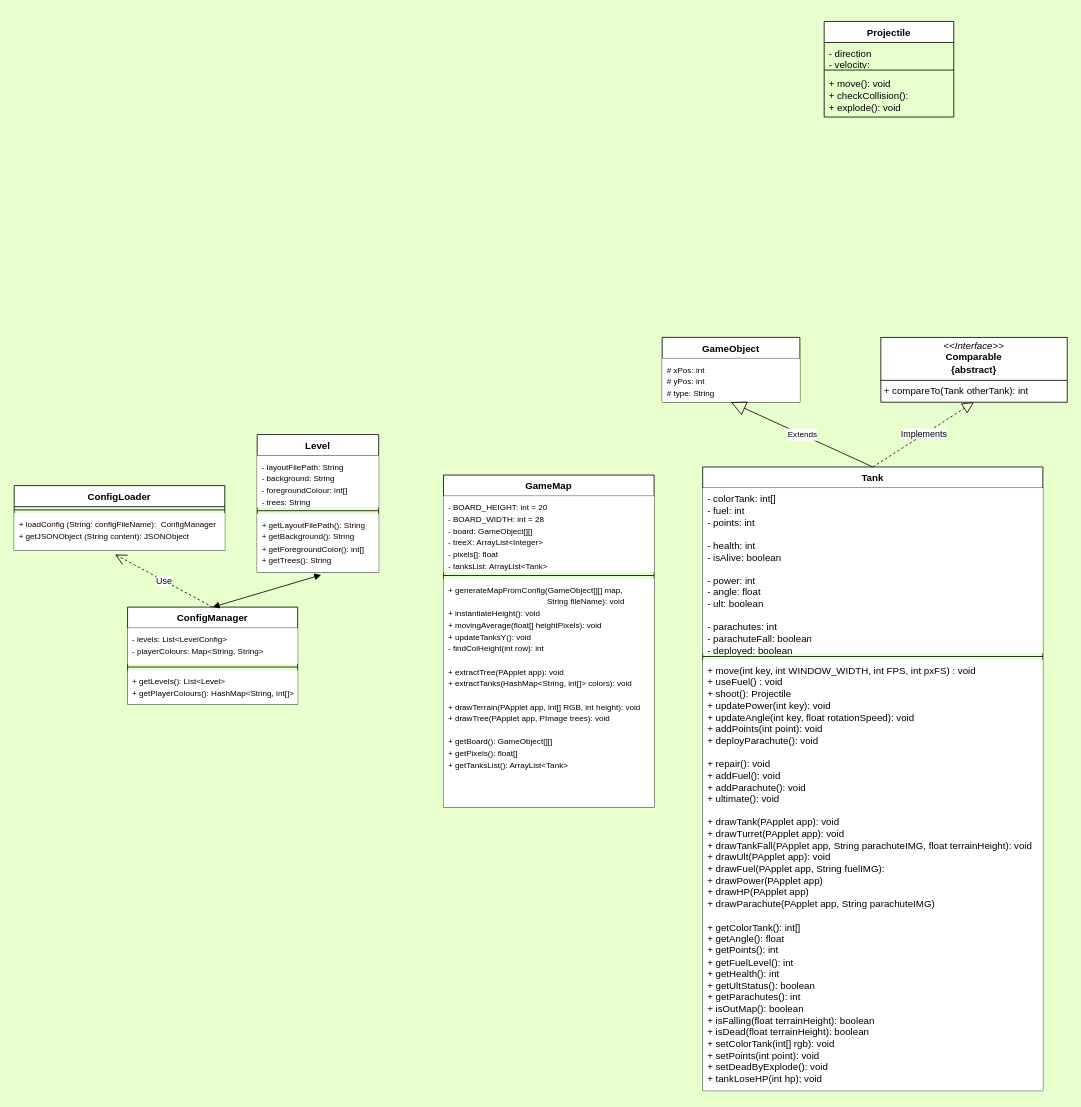
This is Tanks Layout.drawio from NguyenChHieu/Tanks, a draw.io file, before an edit. Source tidied: cells renumbered, new cells numbered last; positions are measured from the earlier drawing's top-left corner, leaving out a move shared by most shapes. Both pictures are drawn from the tidied source at 81%, with x=0, y=0 at pixel (14, 21).
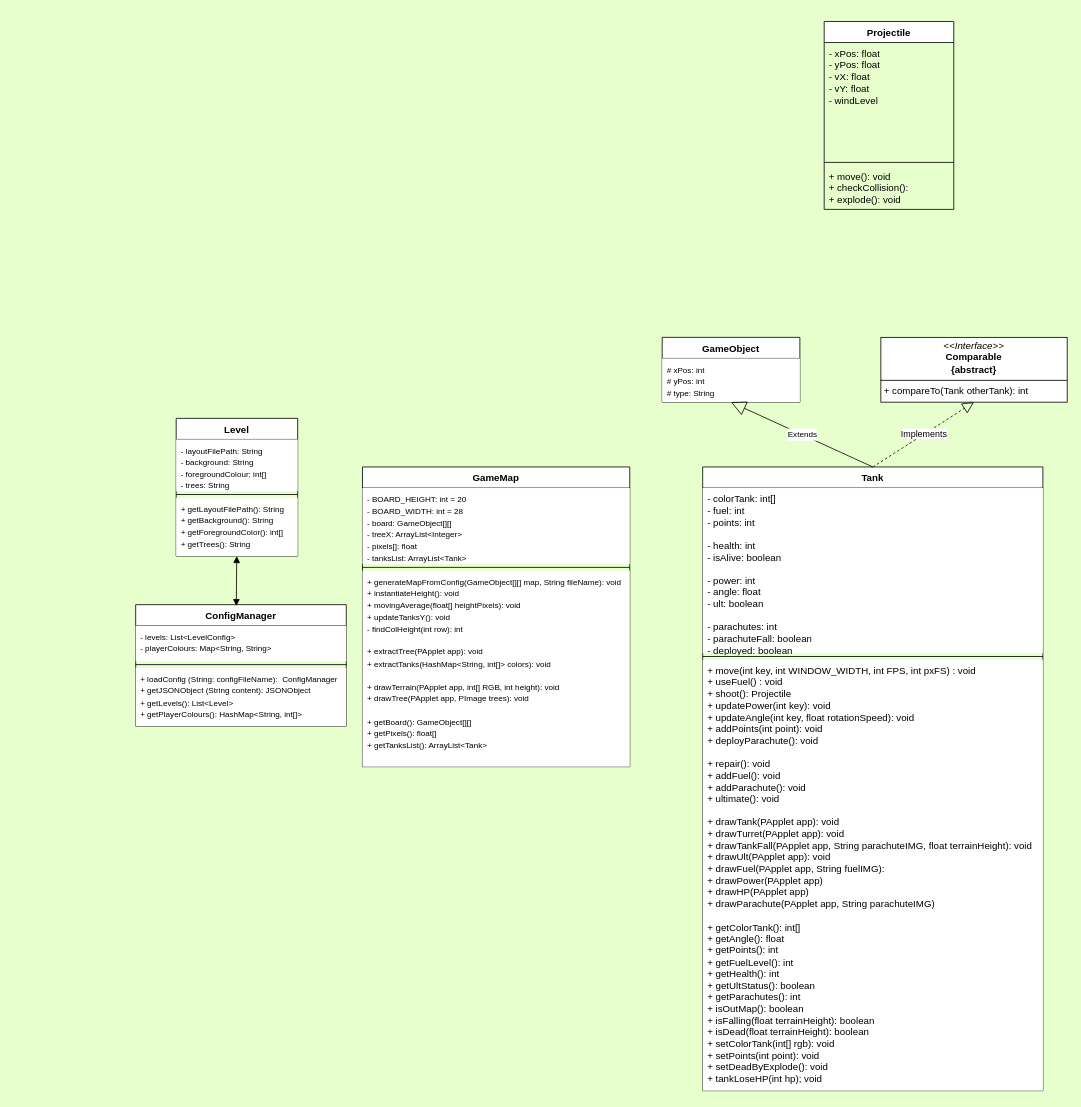
The same diagram, later.

The change refers to these unchanged cells:
```xml
<mxCell id="13" value="&lt;font size=&quot;1&quot;&gt;+ getLayoutFilePath(): String&lt;/font&gt;&lt;div&gt;&lt;font size=&quot;1&quot;&gt;+ getBackground(): String&lt;/font&gt;&lt;/div&gt;&lt;div&gt;&lt;font size=&quot;1&quot;&gt;+ getForegroundColor(): int[]&lt;/font&gt;&lt;/div&gt;&lt;div&gt;&lt;font size=&quot;1&quot;&gt;+ getTrees(): String&lt;/font&gt;&lt;/div&gt;" style="text;strokeColor=none;fillColor=default;align=left;verticalAlign=top;spacingLeft=4;spacingRight=4;overflow=hidden;points=[[0,0.5],[1,0.5]];portConstraint=eastwest;whiteSpace=wrap;html=1;" parent="10" vertex="1">
  <mxGeometry y="98" width="150" height="72" as="geometry" />
</mxCell>
```

What changed in the source:
```diff
@@
     <mxCell id="6" value="ConfigManager" style="swimlane;fontStyle=1;align=center;verticalAlign=top;horizontal=1;startSize=26;whiteSpace=wrap;html=1;" parent="1" vertex="1">
-      <mxGeometry x="140" y="723" width="210" height="120" as="geometry" />
+      <mxGeometry x="150" y="720" width="260" height="150" as="geometry" />
     </mxCell>
     <mxCell id="7" value="&lt;font style=&quot;font-size: 10px;&quot;&gt;- levels: List&amp;lt;LevelConfig&amp;gt;&lt;/font&gt;&lt;div&gt;&lt;font style=&quot;font-size: 10px;&quot;&gt;- playerColours: Map&amp;lt;String, String&amp;gt;&lt;/font&gt;&lt;/div&gt;" style="text;strokeColor=none;fillColor=default;align=left;verticalAlign=top;spacingLeft=4;spacingRight=4;overflow=hidden;whiteSpace=wrap;html=1;" parent="6" vertex="1">
-      <mxGeometry y="26" width="210" height="44" as="geometry" />
+      <mxGeometry y="26" width="260" height="44" as="geometry" />
     </mxCell>
     <mxCell id="8" style="line;strokeWidth=1;fillColor=none;align=left;verticalAlign=middle;spacingTop=-1;spacingLeft=3;spacingRight=3;labelPosition=right;strokeColor=inherit;" parent="6" vertex="1">
-      <mxGeometry y="70" width="210" height="8" as="geometry" />
+      <mxGeometry y="70" width="260" height="8" as="geometry" />
     </mxCell>
-    <mxCell id="9" value="&lt;font style=&quot;font-size: 10px;&quot;&gt;+ getLevels(): List&amp;lt;Level&amp;gt;&lt;/font&gt;&lt;div&gt;&lt;font style=&quot;font-size: 10px;&quot;&gt;+ getPlayerColours(): HashMap&amp;lt;String, int[]&amp;gt;&lt;/font&gt;&lt;/div&gt;" style="text;strokeColor=none;fillColor=default;align=left;verticalAlign=top;spacingLeft=4;spacingRight=4;overflow=hidden;whiteSpace=wrap;html=1;" parent="6" vertex="1">
-      <mxGeometry y="78" width="210" height="42" as="geometry" />
+    <mxCell id="9" value="&lt;font style=&quot;font-size: 10px;&quot;&gt;+ loadConfig (String: configFileName): &amp;nbsp;ConfigManager&lt;div style=&quot;font-size: 12px;&quot;&gt;&lt;font style=&quot;font-size: 10px;&quot;&gt;+ getJSONObject (String content): JSONObject&lt;/font&gt;&lt;/div&gt;+ getLevels(): List&amp;lt;Level&amp;gt;&lt;/font&gt;&lt;div&gt;&lt;font style=&quot;font-size: 10px;&quot;&gt;+ getPlayerColours(): HashMap&amp;lt;String, int[]&amp;gt;&lt;/font&gt;&lt;/div&gt;" style="text;strokeColor=none;fillColor=default;align=left;verticalAlign=top;spacingLeft=4;spacingRight=4;overflow=hidden;whiteSpace=wrap;html=1;" parent="6" vertex="1">
+      <mxGeometry y="78" width="260" height="72" as="geometry" />
     </mxCell>
     <mxCell id="10" value="Level" style="swimlane;fontStyle=1;align=center;verticalAlign=top;horizontal=1;startSize=26;whiteSpace=wrap;html=1;" parent="1" vertex="1">
-      <mxGeometry x="300" y="510" width="150" height="170" as="geometry" />
+      <mxGeometry x="200" y="490" width="150" height="170" as="geometry" />
     </mxCell>
@@
     <mxCell id="14" value="Projectile" style="swimlane;fontStyle=1;align=center;verticalAlign=top;horizontal=1;startSize=26;whiteSpace=wrap;html=1;" parent="1" vertex="1">
-      <mxGeometry x="1000" width="160" height="118" as="geometry" />
+      <mxGeometry x="1000" width="160" height="232" as="geometry" />
     </mxCell>
-    <mxCell id="15" value="&lt;div&gt;&lt;span style=&quot;background-color: initial;&quot;&gt;- direction&lt;/span&gt;&lt;/div&gt;&lt;div&gt;&lt;span style=&quot;background-color: initial;&quot;&gt;- velocity:&lt;/span&gt;&lt;br&gt;&lt;/div&gt;&lt;div&gt;&lt;br&gt;&lt;/div&gt;" style="text;strokeColor=none;fillColor=none;align=left;verticalAlign=top;spacingLeft=4;spacingRight=4;overflow=hidden;whiteSpace=wrap;html=1;" parent="14" vertex="1">
-      <mxGeometry y="26" width="160" height="30" as="geometry" />
+    <mxCell id="15" value="&lt;div&gt;- xPos: float&lt;/div&gt;&lt;div&gt;- yPos: float&lt;/div&gt;&lt;div&gt;- vX: float&lt;/div&gt;&lt;div&gt;- vY: float&lt;/div&gt;&lt;div&gt;- windLevel&lt;/div&gt;" style="text;strokeColor=none;fillColor=none;align=left;verticalAlign=top;spacingLeft=4;spacingRight=4;overflow=hidden;whiteSpace=wrap;html=1;" parent="14" vertex="1">
+      <mxGeometry y="26" width="160" height="144" as="geometry" />
     </mxCell>
     <mxCell id="16" style="line;strokeWidth=1;fillColor=none;align=left;verticalAlign=middle;spacingTop=-1;spacingLeft=3;spacingRight=3;labelPosition=right;strokeColor=inherit;" parent="14" vertex="1">
-      <mxGeometry y="56" width="160" height="8" as="geometry" />
+      <mxGeometry y="170" width="160" height="8" as="geometry" />
     </mxCell>
     <mxCell id="17" value="+ move(): void&lt;div&gt;+ checkCollision():&lt;/div&gt;&lt;div&gt;+ explode(): void&lt;/div&gt;" style="text;strokeColor=none;fillColor=none;align=left;verticalAlign=top;spacingLeft=4;spacingRight=4;overflow=hidden;whiteSpace=wrap;html=1;" parent="14" vertex="1">
-      <mxGeometry y="64" width="160" height="54" as="geometry" />
+      <mxGeometry y="178" width="160" height="54" as="geometry" />
     </mxCell>
     <mxCell id="18" value="GameMap" style="swimlane;fontStyle=1;align=center;verticalAlign=top;horizontal=1;startSize=26;whiteSpace=wrap;html=1;" parent="1" vertex="1">
-      <mxGeometry x="530" y="560" width="260" height="410" as="geometry" />
+      <mxGeometry x="430" y="550" width="330" height="370" as="geometry" />
     </mxCell>
     <mxCell id="19" value="&lt;div&gt;&lt;font style=&quot;font-size: 10px;&quot;&gt;- BOARD_HEIGHT: int = 20&lt;/font&gt;&lt;/div&gt;&lt;div&gt;&lt;font style=&quot;font-size: 10px;&quot;&gt;- BOARD_WIDTH: int = 28&lt;/font&gt;&lt;/div&gt;&lt;font style=&quot;font-size: 10px;&quot;&gt;- board: GameObject[][]&lt;/font&gt;&lt;div&gt;&lt;font style=&quot;font-size: 10px;&quot;&gt;- treeX: ArrayList&amp;lt;Integer&amp;gt;&lt;/font&gt;&lt;/div&gt;&lt;div&gt;&lt;font style=&quot;font-size: 10px;&quot;&gt;- pixels[]: float&lt;/font&gt;&lt;/div&gt;&lt;div&gt;&lt;font style=&quot;font-size: 10px;&quot;&gt;- tanksList: ArrayList&amp;lt;Tank&amp;gt;&lt;/font&gt;&lt;/div&gt;" style="text;strokeColor=none;fillColor=default;align=left;verticalAlign=top;spacingLeft=4;spacingRight=4;overflow=hidden;whiteSpace=wrap;html=1;" parent="18" vertex="1">
-      <mxGeometry y="26" width="260" height="94" as="geometry" />
+      <mxGeometry y="26" width="330" height="94" as="geometry" />
     </mxCell>
     <mxCell id="20" style="line;strokeWidth=1;fillColor=none;align=left;verticalAlign=middle;spacingTop=-1;spacingLeft=3;spacingRight=3;labelPosition=right;strokeColor=inherit;" parent="18" vertex="1">
-      <mxGeometry y="120" width="260" height="8" as="geometry" />
+      <mxGeometry y="120" width="330" height="8" as="geometry" />
     </mxCell>
-    <mxCell id="21" value="&lt;font style=&quot;font-size: 10px;&quot;&gt;+ generateMapFromConfig&lt;/font&gt;&lt;span style=&quot;font-size: 10px; background-color: initial;&quot;&gt;(GameObject[][] map,&amp;nbsp;&lt;/span&gt;&lt;div&gt;&lt;span style=&quot;font-size: 10px; background-color: initial;&quot;&gt;&lt;span style=&quot;white-space: pre;&quot;&gt;&#9;&lt;span style=&quot;white-space: pre;&quot;&gt;&#9;&lt;span style=&quot;white-space: pre;&quot;&gt;&#9;&lt;span style=&quot;white-space: pre;&quot;&gt;&#9;&lt;span style=&quot;white-space: pre;&quot;&gt;&#9;    &lt;/span&gt;&lt;/span&gt;&lt;/span&gt;&lt;/span&gt;&lt;/span&gt;String fileName): void&lt;/span&gt;&lt;/div&gt;&lt;div&gt;&lt;font size=&quot;1&quot;&gt;+ instantiateHeight(): void&lt;br&gt;&lt;/font&gt;&lt;div&gt;&lt;div&gt;&lt;font style=&quot;font-size: 10px;&quot;&gt;+ movingAverage(float[] heightPixels): void&lt;/font&gt;&lt;div&gt;&lt;span style=&quot;font-size: x-small;&quot;&gt;+ updateTanksY(): void&lt;/span&gt;&lt;br&gt;&lt;/div&gt;&lt;/div&gt;&lt;/div&gt;&lt;div&gt;&lt;div&gt;&lt;span style=&quot;font-size: x-small;&quot;&gt;- findColHeight(int row): int&lt;/span&gt;&lt;/div&gt;&lt;/div&gt;&lt;div&gt;&lt;br&gt;&lt;/div&gt;&lt;div&gt;&lt;font style=&quot;font-size: 10px;&quot;&gt;+ extractTree(PApplet app): void&lt;/font&gt;&lt;/div&gt;&lt;/div&gt;&lt;div&gt;&lt;font style=&quot;font-size: 10px;&quot;&gt;+ extractTanks(HashMap&amp;lt;String, int[]&amp;gt; colors): void&lt;/font&gt;&lt;/div&gt;&lt;div&gt;&lt;font style=&quot;font-size: 10px;&quot;&gt;&lt;br&gt;&lt;/font&gt;&lt;/div&gt;&lt;div&gt;&lt;font style=&quot;font-size: 10px;&quot;&gt;+ drawTerrain(PApplet app, int[] RGB, int height): void&lt;/font&gt;&lt;/div&gt;&lt;div&gt;&lt;font style=&quot;font-size: 10px;&quot;&gt;+ drawTree(PApplet app, PImage trees): void&lt;/font&gt;&lt;/div&gt;&lt;div&gt;&lt;font style=&quot;font-size: 10px;&quot;&gt;&lt;br&gt;&lt;/font&gt;&lt;/div&gt;&lt;div&gt;&lt;font style=&quot;font-size: 10px;&quot;&gt;+ getBoard(): GameObject[][]&lt;/font&gt;&lt;/div&gt;&lt;div&gt;&lt;font style=&quot;font-size: 10px;&quot;&gt;+ getPixels(): float[]&lt;/font&gt;&lt;/div&gt;&lt;div&gt;&lt;font style=&quot;font-size: 10px;&quot;&gt;+ getTanksList(): ArrayList&amp;lt;Tank&amp;gt;&lt;/font&gt;&lt;/div&gt;" style="text;strokeColor=none;fillColor=default;align=left;verticalAlign=top;spacingLeft=4;spacingRight=4;overflow=hidden;whiteSpace=wrap;html=1;" parent="18" vertex="1">
-      <mxGeometry y="128" width="260" height="282" as="geometry" />
+    <mxCell id="21" value="&lt;font style=&quot;font-size: 10px;&quot;&gt;+ generateMapFromConfig&lt;/font&gt;&lt;span style=&quot;font-size: 10px; background-color: initial;&quot;&gt;(GameObject[][] map,&amp;nbsp;&lt;/span&gt;&lt;span style=&quot;background-color: initial; font-size: 10px;&quot;&gt;String fileName): void&lt;/span&gt;&lt;div&gt;&lt;font size=&quot;1&quot;&gt;+ instantiateHeight(): void&lt;br&gt;&lt;/font&gt;&lt;div&gt;&lt;div&gt;&lt;font style=&quot;font-size: 10px;&quot;&gt;+ movingAverage(float[] heightPixels): void&lt;/font&gt;&lt;div&gt;&lt;span style=&quot;font-size: x-small;&quot;&gt;+ updateTanksY(): void&lt;/span&gt;&lt;br&gt;&lt;/div&gt;&lt;/div&gt;&lt;/div&gt;&lt;div&gt;&lt;div&gt;&lt;span style=&quot;font-size: x-small;&quot;&gt;- findColHeight(int row): int&lt;/span&gt;&lt;/div&gt;&lt;/div&gt;&lt;div&gt;&lt;br&gt;&lt;/div&gt;&lt;div&gt;&lt;font style=&quot;font-size: 10px;&quot;&gt;+ extractTree(PApplet app): void&lt;/font&gt;&lt;/div&gt;&lt;/div&gt;&lt;div&gt;&lt;font style=&quot;font-size: 10px;&quot;&gt;+ extractTanks(HashMap&amp;lt;String, int[]&amp;gt; colors): void&lt;/font&gt;&lt;/div&gt;&lt;div&gt;&lt;font style=&quot;font-size: 10px;&quot;&gt;&lt;br&gt;&lt;/font&gt;&lt;/div&gt;&lt;div&gt;&lt;font style=&quot;font-size: 10px;&quot;&gt;+ drawTerrain(PApplet app, int[] RGB, int height): void&lt;/font&gt;&lt;/div&gt;&lt;div&gt;&lt;font style=&quot;font-size: 10px;&quot;&gt;+ drawTree(PApplet app, PImage trees): void&lt;/font&gt;&lt;/div&gt;&lt;div&gt;&lt;font style=&quot;font-size: 10px;&quot;&gt;&lt;br&gt;&lt;/font&gt;&lt;/div&gt;&lt;div&gt;&lt;font style=&quot;font-size: 10px;&quot;&gt;+ getBoard(): GameObject[][]&lt;/font&gt;&lt;/div&gt;&lt;div&gt;&lt;font style=&quot;font-size: 10px;&quot;&gt;+ getPixels(): float[]&lt;/font&gt;&lt;/div&gt;&lt;div&gt;&lt;font style=&quot;font-size: 10px;&quot;&gt;+ getTanksList(): ArrayList&amp;lt;Tank&amp;gt;&lt;/font&gt;&lt;/div&gt;" style="text;strokeColor=none;fillColor=default;align=left;verticalAlign=top;spacingLeft=4;spacingRight=4;overflow=hidden;whiteSpace=wrap;html=1;" parent="18" vertex="1">
+      <mxGeometry y="128" width="330" height="242" as="geometry" />
     </mxCell>
-    <mxCell id="22" value="ConfigLoader" style="swimlane;fontStyle=1;align=center;verticalAlign=top;horizontal=1;startSize=26;whiteSpace=wrap;html=1;" parent="1" vertex="1">
-      <mxGeometry y="573" width="260" height="80" as="geometry" />
-    </mxCell>
-    <mxCell id="23" style="line;strokeWidth=1;fillColor=none;align=left;verticalAlign=middle;spacingTop=-1;spacingLeft=3;spacingRight=3;labelPosition=right;strokeColor=inherit;" parent="22" vertex="1">
-      <mxGeometry y="26" width="260" height="8" as="geometry" />
-    </mxCell>
-    <mxCell id="24" value="&lt;font style=&quot;font-size: 10px;&quot;&gt;+ loadConfig (String: configFileName): &amp;nbsp;ConfigManager&lt;/font&gt;&lt;div&gt;&lt;font style=&quot;font-size: 10px;&quot;&gt;+ getJSONObject (String content): JSONObject&lt;/font&gt;&lt;/div&gt;" style="text;strokeColor=none;fillColor=default;align=left;verticalAlign=top;spacingLeft=4;spacingRight=4;overflow=hidden;points=[[0,0.5],[1,0.5]];portConstraint=eastwest;whiteSpace=wrap;html=1;" parent="22" vertex="1">
-      <mxGeometry y="34" width="260" height="46" as="geometry" />
-    </mxCell>
-    <mxCell id="25" value="Use" style="endArrow=open;endSize=12;dashed=1;html=1;rounded=0;exitX=0.5;exitY=0;exitDx=0;exitDy=0;entryX=0.479;entryY=1.109;entryDx=0;entryDy=0;entryPerimeter=0;" parent="1" edge="1" source="6" target="24">
-      <mxGeometry relative="1" as="geometry" />
-    </mxCell>
-    <mxCell id="26" style="endArrow=block;startArrow=block;endFill=1;startFill=1;html=1;rounded=0;exitX=0.5;exitY=0;exitDx=0;exitDy=0;entryX=0.527;entryY=1.045;entryDx=0;entryDy=0;entryPerimeter=0;" parent="1" edge="1" source="6" target="13">
+    <mxCell id="26" style="endArrow=block;startArrow=block;endFill=1;startFill=1;html=1;rounded=0;exitX=0.478;exitY=0.011;exitDx=0;exitDy=0;exitPerimeter=0;" parent="1" edge="1" source="6" target="13">
       <mxGeometry relative="1" as="geometry" />
     </mxCell>
```
